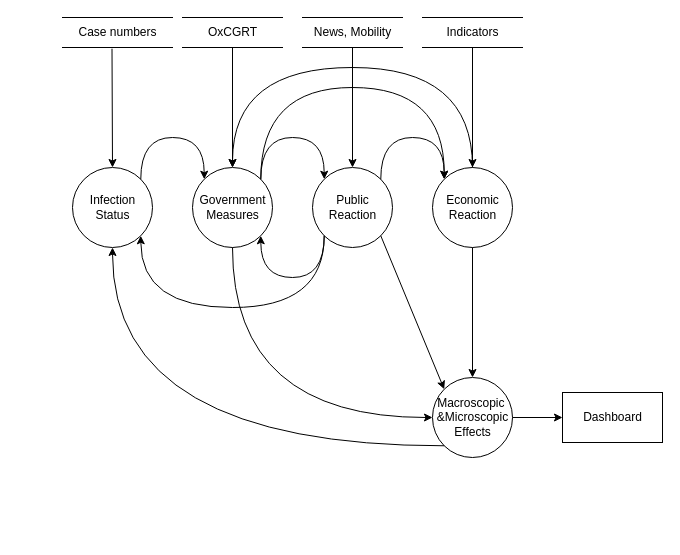
Above: Data Flow Diagram.drawio in emergent-analytics/emergent-engine (draw.io), before the change. Source tidied: cells renumbered, new cells numbered last; positions are measured from the earlier drawing's top-left corner, leaving out a move shared by most shapes. Both pictures are drawn from the tidied source at 100%, with x=0, y=0 at pixel (62, 17).
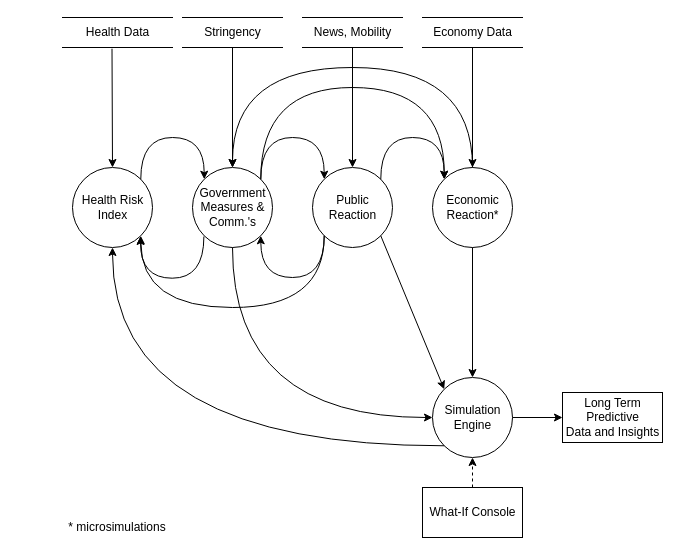
The same diagram, later.

What changed in the source:
```diff
@@
-    <mxCell id="2" value="Infection&lt;br&gt;Status" style="shape=ellipse;html=1;dashed=0;whitespace=wrap;perimeter=ellipsePerimeter;" parent="1" vertex="1">
+    <mxCell id="2" value="Health Risk&lt;br&gt;Index" style="shape=ellipse;html=1;dashed=0;whitespace=wrap;perimeter=ellipsePerimeter;" parent="1" vertex="1">
       <mxGeometry x="10" y="150" width="80" height="80" as="geometry" />
     </mxCell>
-    <mxCell id="3" value="Government&lt;br&gt;Measures" style="shape=ellipse;html=1;dashed=0;whitespace=wrap;perimeter=ellipsePerimeter;" parent="1" vertex="1">
+    <mxCell id="3" value="Government&lt;br&gt;Measures &amp;amp;&lt;br&gt;Comm.'s" style="shape=ellipse;html=1;dashed=0;whitespace=wrap;perimeter=ellipsePerimeter;" parent="1" vertex="1">
       <mxGeometry x="130" y="150" width="80" height="80" as="geometry" />
     </mxCell>
@@
-    <mxCell id="7" value="Economic&lt;br&gt;Reaction" style="shape=ellipse;html=1;dashed=0;whitespace=wrap;perimeter=ellipsePerimeter;" parent="1" vertex="1">
+    <mxCell id="7" value="Economic&lt;br&gt;Reaction*" style="shape=ellipse;html=1;dashed=0;whitespace=wrap;perimeter=ellipsePerimeter;" parent="1" vertex="1">
       <mxGeometry x="370" y="150" width="80" height="80" as="geometry" />
     </mxCell>
@@
-    <mxCell id="10" value="Macroscopic&amp;nbsp;&lt;br&gt;&amp;amp;Microscopic&lt;br&gt;Effects" style="shape=ellipse;html=1;dashed=0;whitespace=wrap;perimeter=ellipsePerimeter;" parent="1" vertex="1">
+    <mxCell id="10" value="Simulation&lt;br&gt;Engine" style="shape=ellipse;html=1;dashed=0;whitespace=wrap;perimeter=ellipsePerimeter;" parent="1" vertex="1">
       <mxGeometry x="370" y="360" width="80" height="80" as="geometry" />
     </mxCell>
@@
-    <mxCell id="16" value="Dashboard" style="html=1;dashed=0;whitespace=wrap;" parent="1" vertex="1">
+    <mxCell id="16" value="Long Term&lt;br&gt;Predictive&lt;br&gt;Data and Insights" style="html=1;dashed=0;whitespace=wrap;" parent="1" vertex="1">
       <mxGeometry x="500" y="375" width="100" height="50" as="geometry" />
     </mxCell>
@@
-    <mxCell id="18" value="OxCGRT" style="html=1;dashed=0;whitespace=wrap;shape=partialRectangle;right=0;left=0;" parent="1" vertex="1">
+    <mxCell id="18" value="Stringency" style="html=1;dashed=0;whitespace=wrap;shape=partialRectangle;right=0;left=0;" parent="1" vertex="1">
       <mxGeometry x="120" width="100" height="30" as="geometry" />
     </mxCell>
-    <mxCell id="19" value="Case numbers" style="html=1;dashed=0;whitespace=wrap;shape=partialRectangle;right=0;left=0;" parent="1" vertex="1">
+    <mxCell id="19" value="Health Data" style="html=1;dashed=0;whitespace=wrap;shape=partialRectangle;right=0;left=0;" parent="1" vertex="1">
       <mxGeometry width="110" height="30" as="geometry" />
     </mxCell>
@@
-    <mxCell id="23" value="Indicators" style="html=1;dashed=0;whitespace=wrap;shape=partialRectangle;right=0;left=0;" parent="1" vertex="1">
+    <mxCell id="23" value="Economy Data" style="html=1;dashed=0;whitespace=wrap;shape=partialRectangle;right=0;left=0;" parent="1" vertex="1">
       <mxGeometry x="360" width="100" height="30" as="geometry" />
     </mxCell>
@@
+    <mxCell id="28" value="What-If Console" style="html=1;dashed=0;whitespace=wrap;" parent="1" vertex="1">
+      <mxGeometry x="360" y="470" width="100" height="50" as="geometry" />
+    </mxCell>
+    <mxCell id="29" style="endArrow=classic;html=1;entryX=0.5;entryY=1;entryDx=0;entryDy=0;dashed=1;" parent="1" edge="1" source="28" target="10">
+      <mxGeometry relative="1" as="geometry" />
+    </mxCell>
+    <mxCell id="30" value="* microsimulations" style="text;html=1;strokeColor=none;fillColor=none;align=center;verticalAlign=middle;whiteSpace=wrap;rounded=0;" parent="1" vertex="1">
+      <mxGeometry x="-45" y="500" width="200" height="20" as="geometry" />
+    </mxCell>
+    <mxCell id="31" style="endArrow=classic;html=1;entryX=1;entryY=1;entryDx=0;entryDy=0;exitX=0;exitY=1;exitDx=0;exitDy=0;edgeStyle=orthogonalEdgeStyle;curved=1;" parent="1" edge="1">
+      <mxGeometry relative="1" as="geometry">
+        <mxPoint x="141.4" y="219" as="sourcePoint" />
+        <mxPoint x="78" y="219" as="targetPoint" />
+        <Array as="points">
+          <mxPoint x="141.7" y="260.7" />
+          <mxPoint x="77.7" y="260.7" />
+        </Array>
+      </mxGeometry>
+    </mxCell>
```
